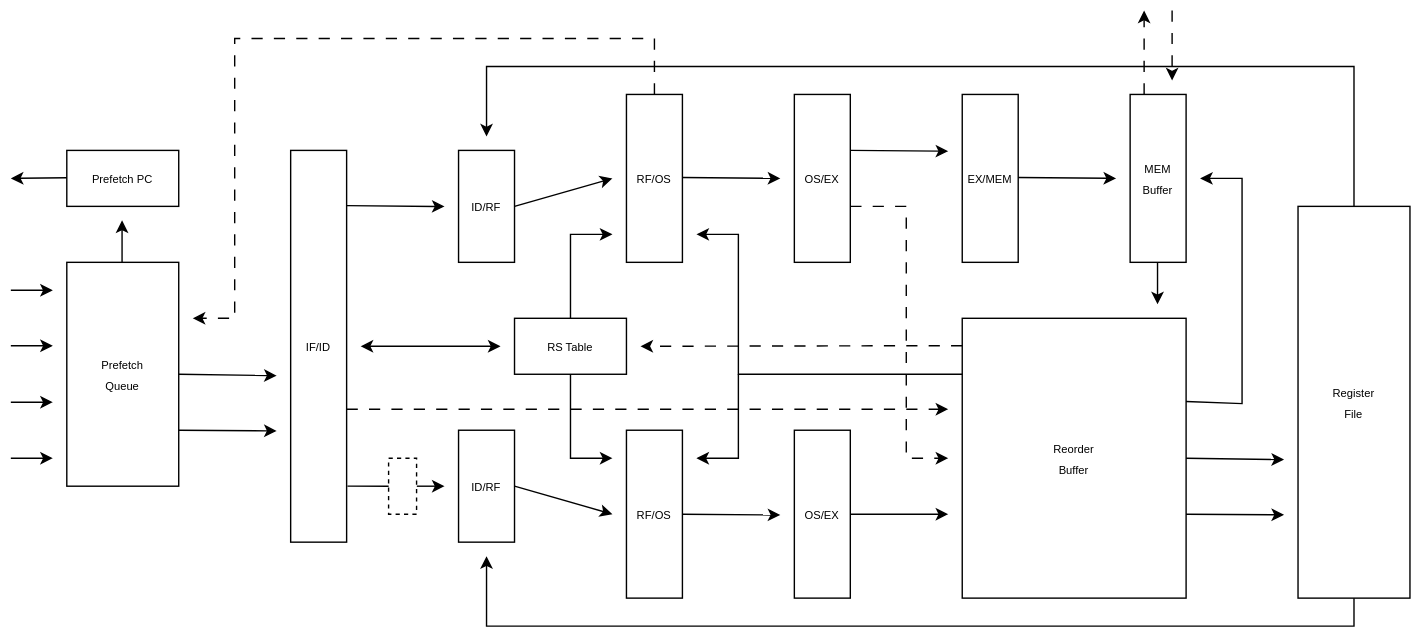
Above: Dataflow2.svg in JohnH2448/Anvil-Pro (draw.io), before the change. Source tidied: cells renumbered, new cells last; positions are measured from the earlier drawing's top-left corner, leaving out a move shared by most shapes.
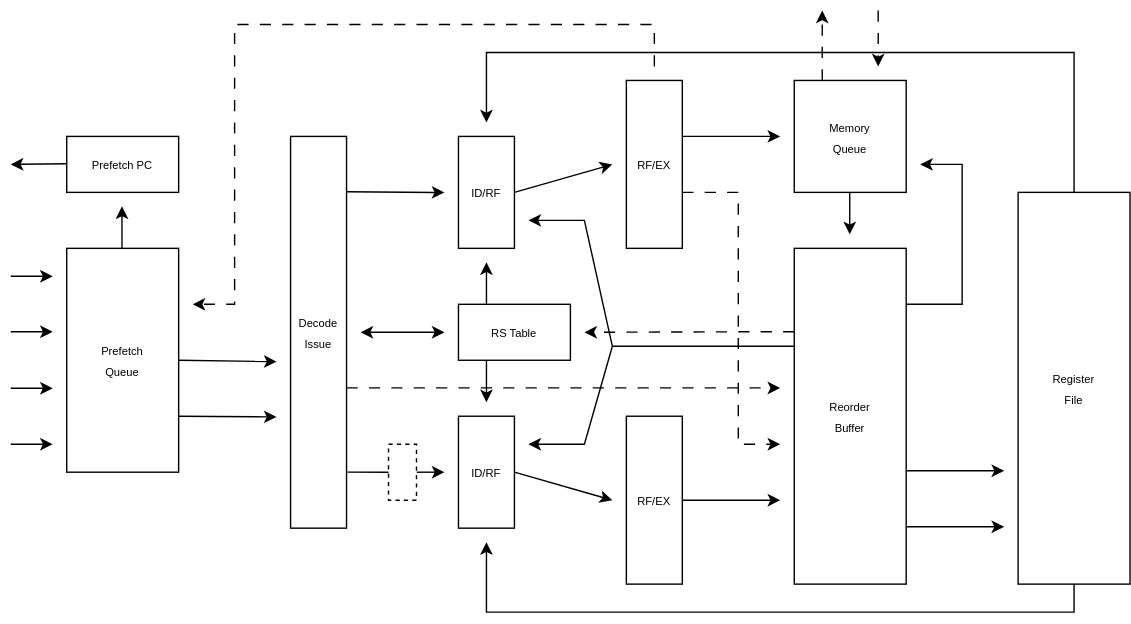
After the change.

The edit, as a diff of the source:
```diff
@@ -2,7 +2,7 @@
   <root>
     <mxCell id="0" />
     <mxCell id="1" parent="0" />
-    <mxCell id="2" value="&lt;font style=&quot;font-size: 8px;&quot;&gt;IF/ID&lt;/font&gt;" style="rounded=0;whiteSpace=wrap;html=1;" parent="1" vertex="1">
+    <mxCell id="2" value="&lt;font style=&quot;font-size: 8px;&quot;&gt;Decode&lt;/font&gt;&lt;div&gt;&lt;font style=&quot;font-size: 8px;&quot;&gt;Issue&lt;/font&gt;&lt;/div&gt;" style="rounded=0;whiteSpace=wrap;html=1;" parent="1" vertex="1">
       <mxGeometry x="200" y="100" width="40" height="280" as="geometry" />
     </mxCell>
     <mxCell id="3" value="&lt;font style=&quot;font-size: 8px;&quot;&gt;Prefetch PC&lt;/font&gt;" style="rounded=0;whiteSpace=wrap;html=1;" parent="1" vertex="1">
@@ -60,53 +60,29 @@
         <mxPoint x="430" y="360" as="targetPoint" />
       </mxGeometry>
     </mxCell>
-    <mxCell id="14" value="&lt;font style=&quot;font-size: 8px;&quot;&gt;RF/OS&lt;/font&gt;" style="rounded=0;whiteSpace=wrap;html=1;" parent="1" vertex="1">
-      <mxGeometry x="440" y="60" width="40" height="120" as="geometry" />
-    </mxCell>
-    <mxCell id="15" value="&lt;font style=&quot;font-size: 8px;&quot;&gt;RF/OS&lt;/font&gt;" style="rounded=0;whiteSpace=wrap;html=1;" parent="1" vertex="1">
-      <mxGeometry x="440" y="300" width="40" height="120" as="geometry" />
-    </mxCell>
-    <mxCell id="16" style="endArrow=classic;html=1;rounded=0;" parent="1" edge="1">
-      <mxGeometry relative="1" as="geometry">
-        <mxPoint x="480" y="119.4" as="sourcePoint" />
-        <mxPoint x="550" y="120" as="targetPoint" />
-      </mxGeometry>
-    </mxCell>
-    <mxCell id="17" style="endArrow=classic;html=1;rounded=0;" parent="1" edge="1">
-      <mxGeometry relative="1" as="geometry">
-        <mxPoint x="480" y="360" as="sourcePoint" />
-        <mxPoint x="550" y="360.6" as="targetPoint" />
-      </mxGeometry>
-    </mxCell>
-    <mxCell id="18" value="&lt;font style=&quot;font-size: 8px;&quot;&gt;OS/EX&lt;/font&gt;" style="rounded=0;whiteSpace=wrap;html=1;" parent="1" vertex="1">
-      <mxGeometry x="560" y="60" width="40" height="120" as="geometry" />
+    <mxCell id="18" value="&lt;font style=&quot;font-size: 8px;&quot;&gt;RF/EX&lt;/font&gt;" style="rounded=0;whiteSpace=wrap;html=1;" parent="1" vertex="1">
+      <mxGeometry x="440" y="60" width="40" height="120" as="geometry" />
     </mxCell>
-    <mxCell id="19" value="&lt;span style=&quot;font-size: 8px;&quot;&gt;OS/EX&lt;/span&gt;" style="rounded=0;whiteSpace=wrap;html=1;" parent="1" vertex="1">
-      <mxGeometry x="560" y="300" width="40" height="120" as="geometry" />
+    <mxCell id="19" value="&lt;span style=&quot;font-size: 8px;&quot;&gt;RF/EX&lt;/span&gt;" style="rounded=0;whiteSpace=wrap;html=1;" parent="1" vertex="1">
+      <mxGeometry x="440" y="300" width="40" height="120" as="geometry" />
     </mxCell>
     <mxCell id="20" style="endArrow=classic;html=1;rounded=0;" parent="1" edge="1">
       <mxGeometry relative="1" as="geometry">
-        <mxPoint x="600" y="100" as="sourcePoint" />
-        <mxPoint x="670" y="100.6" as="targetPoint" />
+        <mxPoint x="480" y="100" as="sourcePoint" />
+        <mxPoint x="550" y="100" as="targetPoint" />
       </mxGeometry>
     </mxCell>
-    <mxCell id="21" value="&lt;font style=&quot;font-size: 8px;&quot;&gt;EX/MEM&lt;/font&gt;" style="rounded=0;whiteSpace=wrap;html=1;" parent="1" vertex="1">
-      <mxGeometry x="680" y="60" width="40" height="120" as="geometry" />
+    <mxCell id="21" value="&lt;font style=&quot;font-size: 8px;&quot;&gt;Memory&lt;/font&gt;&lt;div&gt;&lt;span style=&quot;font-size: 8px;&quot;&gt;Queue&lt;/span&gt;&lt;/div&gt;" style="rounded=0;whiteSpace=wrap;html=1;" parent="1" vertex="1">
+      <mxGeometry x="560" y="60" width="80" height="80" as="geometry" />
     </mxCell>
-    <mxCell id="22" style="endArrow=classic;html=1;rounded=0;" parent="1" edge="1">
-      <mxGeometry relative="1" as="geometry">
-        <mxPoint x="720" y="119.4" as="sourcePoint" />
-        <mxPoint x="790" y="120" as="targetPoint" />
-      </mxGeometry>
-    </mxCell>
     <mxCell id="23" value="&lt;font style=&quot;font-size: 8px;&quot;&gt;Register&lt;/font&gt;&lt;div&gt;&lt;font style=&quot;font-size: 8px;&quot;&gt;File&lt;/font&gt;&lt;/div&gt;" style="rounded=0;whiteSpace=wrap;html=1;" parent="1" vertex="1">
-      <mxGeometry x="920" y="140" width="80" height="280" as="geometry" />
+      <mxGeometry x="720" y="140" width="80" height="280" as="geometry" />
     </mxCell>
     <mxCell id="24" style="endArrow=classic;html=1;rounded=0;exitX=0.5;exitY=1;exitDx=0;exitDy=0;" parent="1" edge="1" source="23">
       <mxGeometry relative="1" as="geometry">
         <mxPoint x="340" y="390" as="targetPoint" />
         <Array as="points">
-          <mxPoint x="960" y="440" />
+          <mxPoint x="760" y="440" />
           <mxPoint x="340" y="440" />
         </Array>
       </mxGeometry>
@@ -119,7 +95,7 @@
     </mxCell>
     <mxCell id="27" style="endArrow=classic;html=1;rounded=0;dashed=1;dashPattern=8 8;" parent="1" edge="1">
       <mxGeometry relative="1" as="geometry">
-        <mxPoint x="460" y="60" as="sourcePoint" />
+        <mxPoint x="460" y="50" as="sourcePoint" />
         <mxPoint x="130" y="220" as="targetPoint" />
         <Array as="points">
           <mxPoint x="460" y="20" />
@@ -157,133 +133,127 @@
       </mxGeometry>
     </mxCell>
     <mxCell id="33" value="&lt;font style=&quot;font-size: 8px;&quot;&gt;Reorder&lt;/font&gt;&lt;div&gt;&lt;font style=&quot;font-size: 8px;&quot;&gt;Buffer&lt;/font&gt;&lt;/div&gt;" style="rounded=0;whiteSpace=wrap;html=1;" parent="1" vertex="1">
-      <mxGeometry x="680" y="220" width="160" height="200" as="geometry" />
+      <mxGeometry x="560" y="180" width="80" height="240" as="geometry" />
     </mxCell>
-    <mxCell id="34" value="&lt;font style=&quot;font-size: 8px;&quot;&gt;MEM&lt;/font&gt;&lt;div&gt;&lt;font style=&quot;font-size: 8px;&quot;&gt;Buffer&lt;/font&gt;&lt;/div&gt;" style="rounded=0;whiteSpace=wrap;html=1;" parent="1" vertex="1">
-      <mxGeometry x="800" y="60" width="40" height="120" as="geometry" />
-    </mxCell>
     <mxCell id="35" style="endArrow=classic;html=1;rounded=0;exitX=1;exitY=0.5;exitDx=0;exitDy=0;" parent="1" edge="1" source="19">
       <mxGeometry relative="1" as="geometry">
-        <mxPoint x="670" y="360" as="targetPoint" />
+        <mxPoint x="550" y="360" as="targetPoint" />
       </mxGeometry>
     </mxCell>
     <mxCell id="36" style="endArrow=classic;html=1;rounded=0;" parent="1" edge="1">
       <mxGeometry relative="1" as="geometry">
-        <mxPoint x="819.6" y="180" as="sourcePoint" />
-        <mxPoint x="819.6" y="210" as="targetPoint" />
+        <mxPoint x="599.7" y="140" as="sourcePoint" />
+        <mxPoint x="599.7" y="170" as="targetPoint" />
       </mxGeometry>
     </mxCell>
     <mxCell id="37" style="endArrow=classic;html=1;rounded=0;exitX=0.5;exitY=0;exitDx=0;exitDy=0;" parent="1" edge="1" source="23">
       <mxGeometry relative="1" as="geometry">
         <mxPoint x="340" y="90" as="targetPoint" />
         <Array as="points">
-          <mxPoint x="960" y="40" />
+          <mxPoint x="760" y="40" />
           <mxPoint x="340" y="40" />
         </Array>
       </mxGeometry>
     </mxCell>
     <mxCell id="38" style="endArrow=classic;html=1;rounded=0;" parent="1" edge="1">
       <mxGeometry relative="1" as="geometry">
-        <mxPoint x="840" y="360" as="sourcePoint" />
-        <mxPoint x="910" y="360.5" as="targetPoint" />
+        <mxPoint x="640" y="379" as="sourcePoint" />
+        <mxPoint x="710" y="379" as="targetPoint" />
       </mxGeometry>
     </mxCell>
     <mxCell id="39" style="endArrow=classic;html=1;rounded=0;" parent="1" edge="1">
       <mxGeometry relative="1" as="geometry">
-        <mxPoint x="840" y="320" as="sourcePoint" />
-        <mxPoint x="910" y="321" as="targetPoint" />
+        <mxPoint x="640" y="339" as="sourcePoint" />
+        <mxPoint x="710" y="339" as="targetPoint" />
       </mxGeometry>
     </mxCell>
-    <mxCell id="40" style="endArrow=classic;html=1;rounded=0;exitX=0.25;exitY=0;exitDx=0;exitDy=0;dashed=1;dashPattern=8 8;" parent="1" edge="1" source="34">
-      <mxGeometry relative="1" as="geometry">
-        <mxPoint x="810" as="targetPoint" />
-      </mxGeometry>
-    </mxCell>
-    <mxCell id="41" style="endArrow=classic;html=1;rounded=0;dashed=1;dashPattern=8 8;" parent="1" edge="1">
-      <mxGeometry relative="1" as="geometry">
-        <mxPoint x="830" as="sourcePoint" />
-        <mxPoint x="830" y="50" as="targetPoint" />
-      </mxGeometry>
-    </mxCell>
     <mxCell id="42" style="endArrow=classic;html=1;rounded=0;" parent="1" edge="1">
       <mxGeometry relative="1" as="geometry">
-        <mxPoint x="840" y="279.5" as="sourcePoint" />
-        <mxPoint x="850" y="120" as="targetPoint" />
+        <mxPoint x="640" y="220" as="sourcePoint" />
+        <mxPoint x="650" y="120" as="targetPoint" />
         <Array as="points">
-          <mxPoint x="880" y="281" />
-          <mxPoint x="880" y="120" />
+          <mxPoint x="680" y="220" />
+          <mxPoint x="680" y="120" />
         </Array>
       </mxGeometry>
     </mxCell>
     <mxCell id="43" value="&lt;font style=&quot;font-size: 8px;&quot;&gt;RS Table&lt;/font&gt;" style="rounded=0;whiteSpace=wrap;html=1;" parent="1" vertex="1">
-      <mxGeometry x="360" y="220" width="80" height="40" as="geometry" />
+      <mxGeometry x="320" y="220" width="80" height="40" as="geometry" />
     </mxCell>
     <mxCell id="44" style="endArrow=classic;startArrow=classic;html=1;rounded=0;" parent="1" edge="1">
       <mxGeometry relative="1" as="geometry">
         <mxPoint x="250" y="240" as="sourcePoint" />
-        <mxPoint x="350" y="240" as="targetPoint" />
+        <mxPoint x="310" y="240" as="targetPoint" />
       </mxGeometry>
     </mxCell>
     <mxCell id="45" style="endArrow=classic;html=1;rounded=0;dashed=1;dashPattern=8 8;" parent="1" edge="1">
       <mxGeometry relative="1" as="geometry">
-        <mxPoint x="680" y="239.6" as="sourcePoint" />
-        <mxPoint x="450" y="240" as="targetPoint" />
+        <mxPoint x="560" y="239.6" as="sourcePoint" />
+        <mxPoint x="410" y="240" as="targetPoint" />
         <Array as="points">
-          <mxPoint x="660" y="239.6" />
+          <mxPoint x="540" y="239.6" />
         </Array>
       </mxGeometry>
     </mxCell>
-    <mxCell id="46" style="endArrow=classic;html=1;rounded=0;" parent="1" edge="1">
-      <mxGeometry relative="1" as="geometry">
-        <mxPoint x="400" y="220" as="sourcePoint" />
-        <mxPoint x="430" y="160" as="targetPoint" />
-        <Array as="points">
-          <mxPoint x="400" y="160" />
-        </Array>
-      </mxGeometry>
-    </mxCell>
-    <mxCell id="47" style="endArrow=classic;html=1;rounded=0;exitX=0.5;exitY=1;exitDx=0;exitDy=0;" parent="1" edge="1" source="43">
-      <mxGeometry relative="1" as="geometry">
-        <mxPoint x="430" y="320" as="targetPoint" />
-        <Array as="points">
-          <mxPoint x="400" y="320" />
-        </Array>
-      </mxGeometry>
-    </mxCell>
     <mxCell id="48" style="endArrow=classic;html=1;rounded=0;" parent="1" edge="1">
       <mxGeometry relative="1" as="geometry">
-        <mxPoint x="680" y="260" as="sourcePoint" />
-        <mxPoint x="490" y="160" as="targetPoint" />
+        <mxPoint x="560" y="250" as="sourcePoint" />
+        <mxPoint x="370" y="160" as="targetPoint" />
         <Array as="points">
-          <mxPoint x="520" y="260" />
-          <mxPoint x="520" y="160" />
+          <mxPoint x="490" y="250" />
+          <mxPoint x="430" y="250" />
+          <mxPoint x="410" y="160" />
         </Array>
       </mxGeometry>
     </mxCell>
     <mxCell id="49" style="endArrow=classic;html=1;rounded=0;" parent="1" edge="1">
       <mxGeometry relative="1" as="geometry">
-        <mxPoint x="520" y="260" as="sourcePoint" />
-        <mxPoint x="490" y="320" as="targetPoint" />
+        <mxPoint x="430" y="250" as="sourcePoint" />
+        <mxPoint x="370" y="320" as="targetPoint" />
         <Array as="points">
-          <mxPoint x="520" y="320" />
+          <mxPoint x="410" y="320" />
         </Array>
       </mxGeometry>
     </mxCell>
     <mxCell id="50" style="endArrow=classic;html=1;rounded=0;dashed=1;dashPattern=8 8;" parent="1" edge="1">
       <mxGeometry relative="1" as="geometry">
-        <mxPoint x="600" y="140" as="sourcePoint" />
-        <mxPoint x="670" y="320" as="targetPoint" />
+        <mxPoint x="480" y="140" as="sourcePoint" />
+        <mxPoint x="550" y="320" as="targetPoint" />
         <Array as="points">
-          <mxPoint x="640" y="140" />
-          <mxPoint x="640" y="320" />
+          <mxPoint x="520" y="140" />
+          <mxPoint x="520" y="320" />
         </Array>
       </mxGeometry>
     </mxCell>
     <mxCell id="51" style="endArrow=classic;html=1;rounded=0;dashed=1;dashPattern=8 8;" parent="1" edge="1">
       <mxGeometry relative="1" as="geometry">
-        <mxPoint x="240" y="285" as="sourcePoint" />
-        <mxPoint x="670" y="285" as="targetPoint" />
+        <mxPoint x="240" y="279.8" as="sourcePoint" />
+        <mxPoint x="550" y="279.8" as="targetPoint" />
       </mxGeometry>
     </mxCell>
+    <mxCell id="52" style="endArrow=classic;html=1;rounded=0;" parent="1" edge="1">
+      <mxGeometry relative="1" as="geometry">
+        <mxPoint x="340" y="220" as="sourcePoint" />
+        <mxPoint x="340" y="190" as="targetPoint" />
+      </mxGeometry>
+    </mxCell>
+    <mxCell id="53" style="endArrow=classic;html=1;rounded=0;" parent="1" edge="1">
+      <mxGeometry relative="1" as="geometry">
+        <mxPoint x="340" y="260" as="sourcePoint" />
+        <mxPoint x="340" y="290" as="targetPoint" />
+      </mxGeometry>
+    </mxCell>
+    <mxCell id="54" style="endArrow=classic;html=1;rounded=0;dashed=1;dashPattern=8 8;" parent="1" edge="1">
+      <mxGeometry relative="1" as="geometry">
+        <mxPoint x="580" y="60" as="sourcePoint" />
+        <mxPoint x="580" y="10" as="targetPoint" />
+      </mxGeometry>
+    </mxCell>
+    <mxCell id="55" style="endArrow=classic;html=1;rounded=0;dashed=1;dashPattern=8 8;" parent="1" edge="1">
+      <mxGeometry relative="1" as="geometry">
+        <mxPoint x="620" y="10" as="sourcePoint" />
+        <mxPoint x="620" y="50" as="targetPoint" />
+      </mxGeometry>
+    </mxCell>
   </root>
 </mxGraphModel>
```
